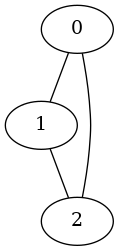
This is compo_connexes/graphviz/testGrapheToPartition.png from LilianHERTEL/Labyrinthe-parcours-en-C, a Graphviz export, as it was before one commit. Its source is kept beside it as compo_connexes/graphviz/testGrapheToPartition.dot.
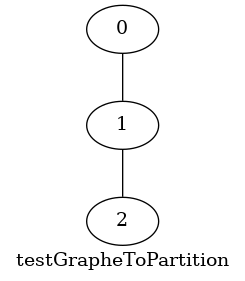
The same file after the commit.

The edit, as a diff of the source:
```diff
@@ -1,16 +1,20 @@
 graph testGrapheToPartition {
-	graph [bb="0,0,81,180"];
+	graph [bb="0,0,176,203",
+		label=testGrapheToPartition,
+		lheight=0.21,
+		lp="88,11.5",
+		lwidth=2.22
+	];
 	node [label="\N"];
 	0	 [height=0.5,
-		pos="54,162",
+		pos="88,185",
 		width=0.75];
 	1	 [height=0.5,
-		pos="27,90",
+		pos="88,113",
 		width=0.75];
-	0 -- 1	 [pos="47.326,144.2 43.141,133.04 37.768,118.71 33.597,107.59"];
+	0 -- 1	 [pos="88,166.83 88,156 88,142.29 88,131.41"];
 	2	 [height=0.5,
-		pos="54,18",
+		pos="88,41",
 		width=0.75];
-	0 -- 2	 [pos="57.747,144.09 59.747,133.62 61.997,120.12 63,108 64.32,92.055 64.32,87.945 63,72 61.997,59.876 59.747,46.376 57.747,35.907"];
-	1 -- 2	 [pos="33.674,72.202 37.859,61.042 43.232,46.714 47.403,35.593"];
+	1 -- 2	 [pos="88,94.831 88,84 88,70.288 88,59.413"];
 }
```
